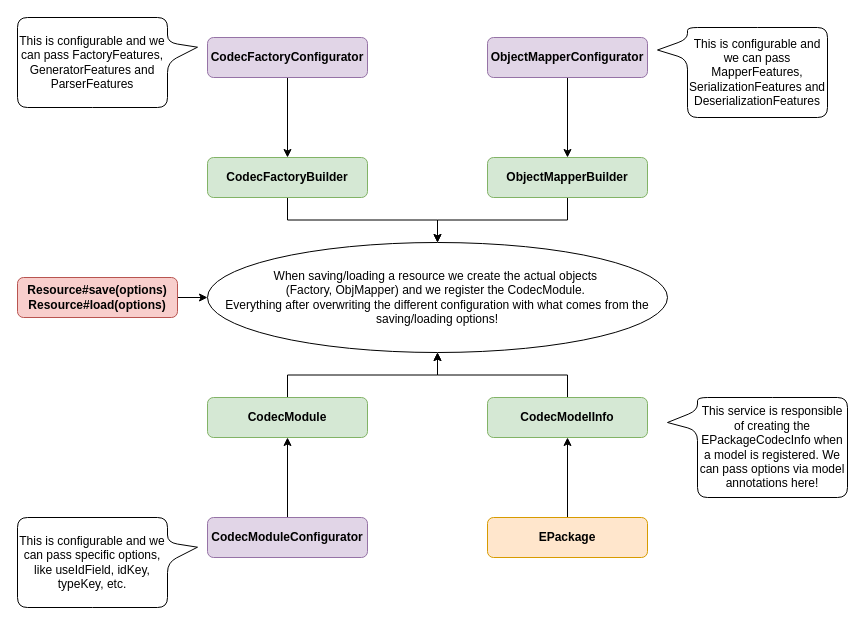
This is docs/codec-base-diagram.drawio from geckoprojects-org/org.gecko.codec, a draw.io file, before an edit. Source tidied: cells renumbered, new cells numbered last; positions are measured from the earlier drawing's top-left corner, leaving out a move shared by most shapes. Both pictures are drawn from the tidied source at 100%, with x=0, y=0 at pixel (17, 17).
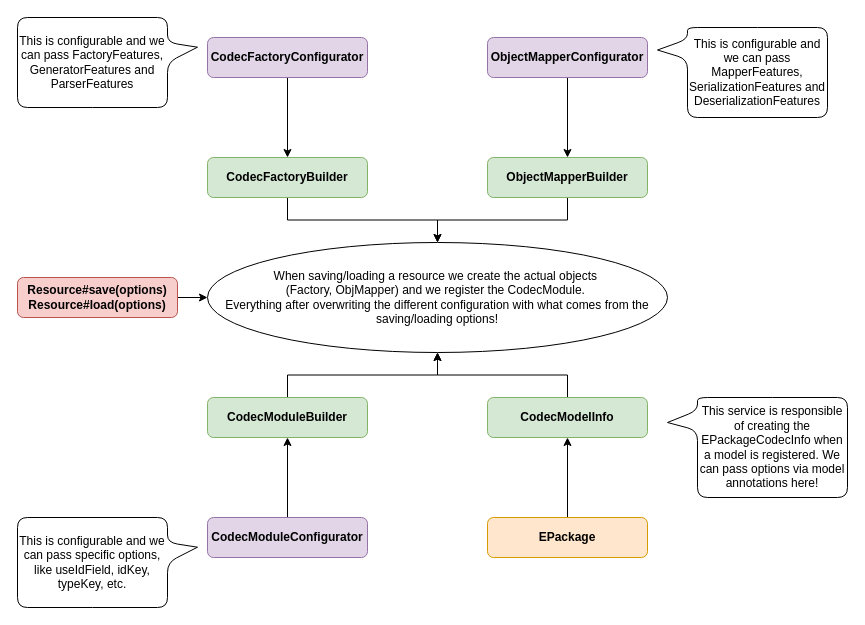
Above is the later version.

What changed in the source:
```diff
@@
-    <mxCell id="15" value="&lt;b&gt;CodecModule&lt;/b&gt;" style="rounded=1;whiteSpace=wrap;html=1;fillColor=#d5e8d4;strokeColor=#82b366;" parent="1" vertex="1">
+    <mxCell id="15" value="&lt;b&gt;CodecModuleBuilder&lt;/b&gt;" style="rounded=1;whiteSpace=wrap;html=1;fillColor=#d5e8d4;strokeColor=#82b366;" parent="1" vertex="1">
       <mxGeometry x="190" y="380" width="160" height="40" as="geometry" />
     </mxCell>
```
